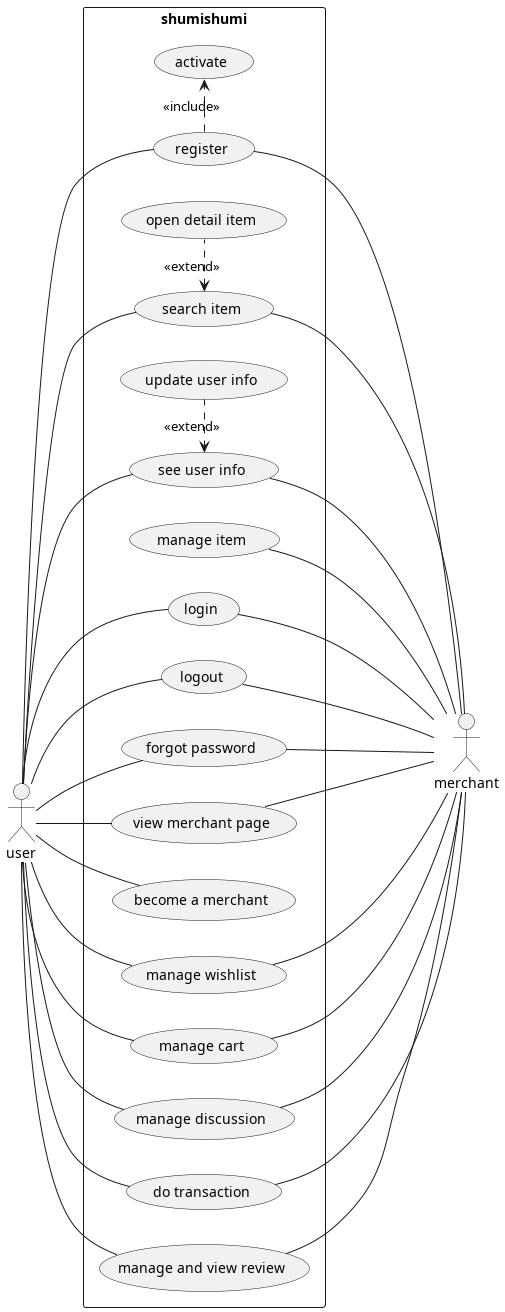
The PlantUML diagram thesis/latex/diagram/usecase diagram/usecase diagram.png in aldihsuhandi/skripsi-2023, before a commit.
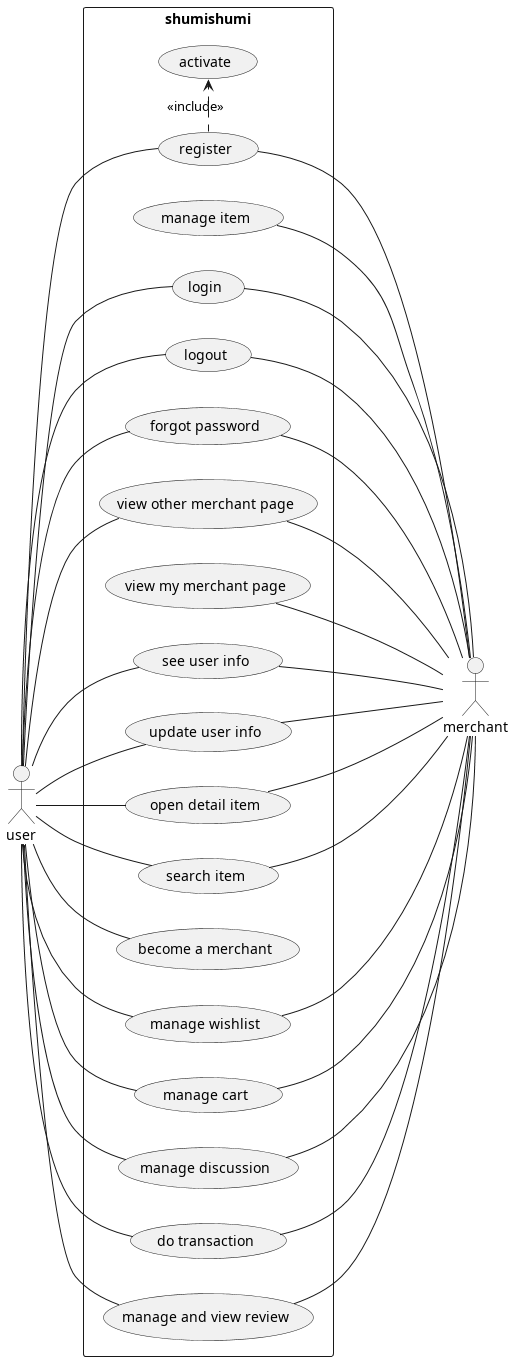
The same diagram one commit later.

Commit message:
finish activity diagram

The edit, as a diff of the source:
```diff
@@ -19,7 +19,9 @@
     usecase "logout" as logout
     usecase "forgot password" as forgotpassword
 
-    usecase "view merchant page" as merchant_page
+    usecase "view other merchant page" as merchant_page
+
+    usecase "view my merchant page" as my_page
 
     usecase "see user info" as user_info
     usecase "update user info" as update_info
@@ -57,11 +59,19 @@
 
 u -- review
 
+u -- detail
+detail -- m
+
+u -- update_info
+update_info -- m
+
 login -- m
 user_info -- m
 logout -- m
 register -- m
 forgotpassword -- m
+
+my_page -- m
 
 search -- m
 merchant_page -- m
@@ -78,7 +88,5 @@
 
 
 register .> activate : <<include>>
-search <. detail : <<extend>>
-user_info <. update_info :<<extend>>
 
 @enduml
```
